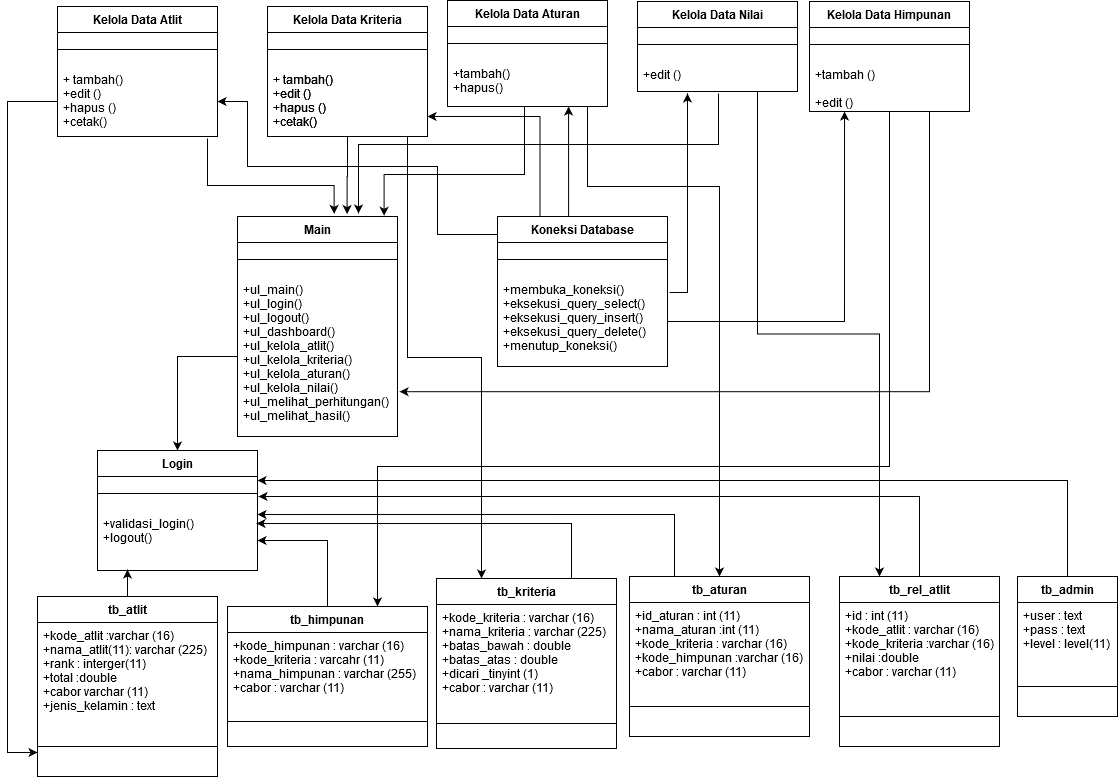
Before: Untitled Diagram.png, a diagram exported from draw.io (NuriCandrawati/nuri-resolusi). Source tidied: cells renumbered, new cells last; positions are measured from the earlier drawing's top-left corner, leaving out a move shared by most shapes.
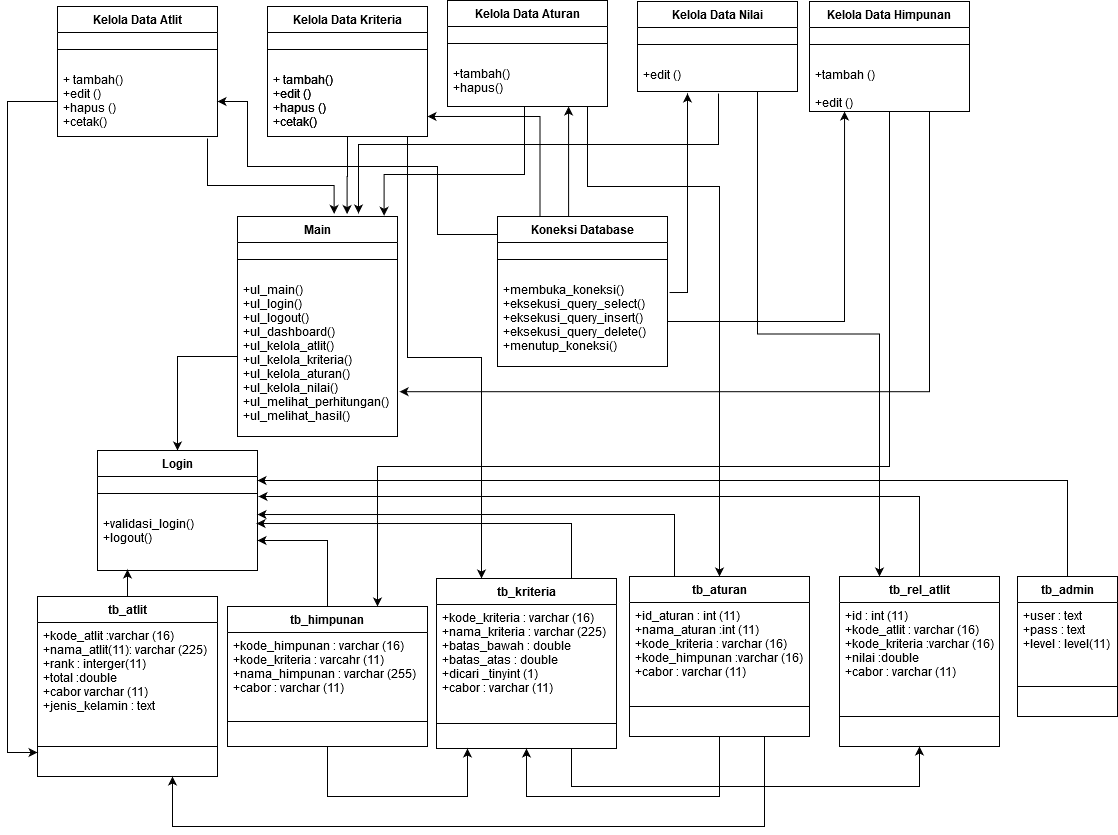
Later version of the same file.

What changed in the source:
```diff
@@ -142,6 +142,22 @@
     <mxCell id="31" value="+tambah ()&#10;&#10;+edit () " style="text;strokeColor=none;fillColor=none;align=left;verticalAlign=top;spacingLeft=4;spacingRight=4;overflow=hidden;points=[[0,0.5],[1,0.5]];portConstraint=eastwest;" parent="29" vertex="1">
       <mxGeometry y="60" width="160" height="50" as="geometry" />
     </mxCell>
+    <mxCell id="69" style="edgeStyle=orthogonalEdgeStyle;rounded=0;jettySize=auto;html=1;exitX=0.75;exitY=1;exitDx=0;exitDy=0;entryX=0.75;entryY=1;entryDx=0;entryDy=0;" parent="1" edge="1" source="32" target="51">
+      <mxGeometry relative="1" as="geometry">
+        <Array as="points">
+          <mxPoint x="757" y="826" />
+          <mxPoint x="165" y="826" />
+        </Array>
+      </mxGeometry>
+    </mxCell>
+    <mxCell id="70" style="edgeStyle=orthogonalEdgeStyle;rounded=0;jettySize=auto;html=1;exitX=0.5;exitY=1;exitDx=0;exitDy=0;entryX=0.5;entryY=1;entryDx=0;entryDy=0;" parent="1" edge="1" source="32" target="40">
+      <mxGeometry relative="1" as="geometry">
+        <Array as="points">
+          <mxPoint x="712" y="796" />
+          <mxPoint x="519" y="796" />
+        </Array>
+      </mxGeometry>
+    </mxCell>
     <mxCell id="32" value="tb_aturan" style="swimlane;fontStyle=1;align=center;verticalAlign=top;horizontal=1;startSize=26;" parent="1" vertex="1">
       <mxGeometry x="622" y="576" width="180" height="160" as="geometry" />
     </mxCell>
@@ -172,6 +188,14 @@
     <mxCell id="39" style="edgeStyle=orthogonalEdgeStyle;rounded=0;jettySize=auto;html=1;exitX=0.75;exitY=0;exitDx=0;exitDy=0;entryX=0.994;entryY=0.217;entryDx=0;entryDy=0;entryPerimeter=0;" parent="1" edge="1" source="40" target="45">
       <mxGeometry relative="1" as="geometry" />
     </mxCell>
+    <mxCell id="71" style="edgeStyle=orthogonalEdgeStyle;rounded=0;jettySize=auto;html=1;exitX=0.75;exitY=1;exitDx=0;exitDy=0;entryX=0.5;entryY=1;entryDx=0;entryDy=0;" parent="1" edge="1" source="40" target="36">
+      <mxGeometry relative="1" as="geometry">
+        <Array as="points">
+          <mxPoint x="564" y="786" />
+          <mxPoint x="912" y="786" />
+        </Array>
+      </mxGeometry>
+    </mxCell>
     <mxCell id="40" value="tb_kriteria" style="swimlane;fontStyle=1;align=center;verticalAlign=top;horizontal=1;startSize=26;" parent="1" vertex="1">
       <mxGeometry x="429" y="578" width="180" height="170" as="geometry" />
     </mxCell>
@@ -193,6 +217,16 @@
     <mxCell id="46" style="edgeStyle=orthogonalEdgeStyle;rounded=0;jettySize=auto;html=1;exitX=0.5;exitY=0;exitDx=0;exitDy=0;entryX=1;entryY=0.5;entryDx=0;entryDy=0;" parent="1" edge="1" source="47" target="45">
       <mxGeometry relative="1" as="geometry" />
     </mxCell>
+    <mxCell id="72" style="edgeStyle=orthogonalEdgeStyle;rounded=0;jettySize=auto;html=1;exitX=0.5;exitY=1;exitDx=0;exitDy=0;" parent="1" edge="1" source="47">
+      <mxGeometry relative="1" as="geometry">
+        <mxPoint x="460" y="748" as="targetPoint" />
+        <Array as="points">
+          <mxPoint x="320" y="796" />
+          <mxPoint x="460" y="796" />
+          <mxPoint x="460" y="748" />
+        </Array>
+      </mxGeometry>
+    </mxCell>
     <mxCell id="47" value="tb_himpunan" style="swimlane;fontStyle=1;align=center;verticalAlign=top;horizontal=1;startSize=26;" parent="1" vertex="1">
       <mxGeometry x="220" y="606" width="200" height="140" as="geometry" />
     </mxCell>
```
